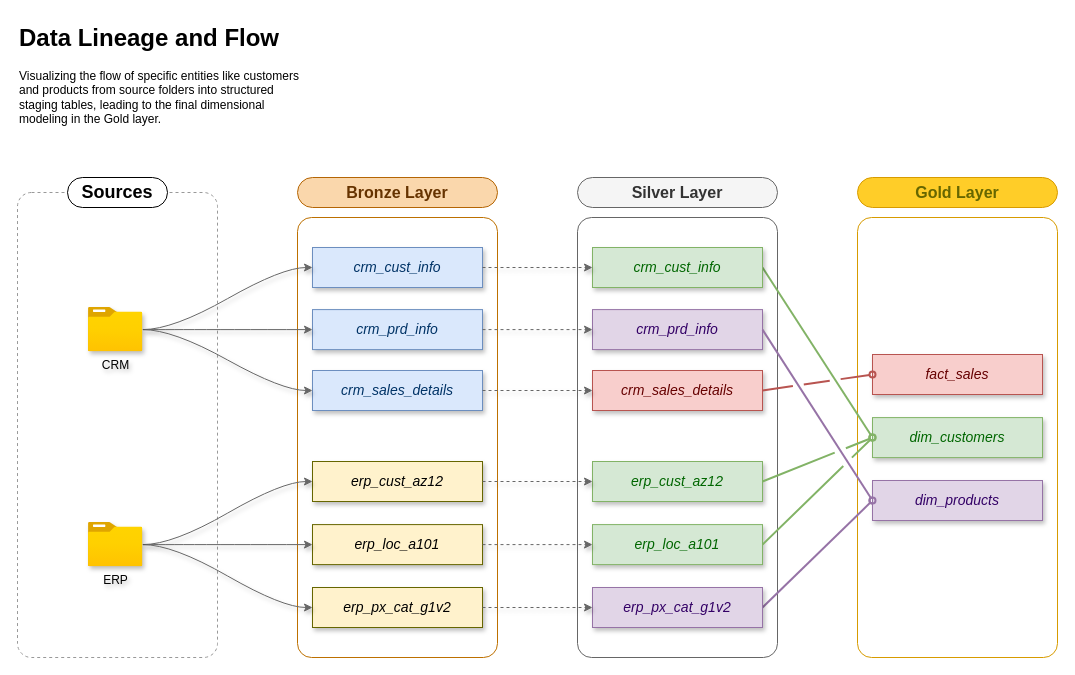
sohaib-atef/sql-data-warehouse-project keeps this draw.io diagram as page "Data Flow Diagram" (2 of 4) of docs/warehouse-architecture.drawio. Above is the earlier version. Source tidied: cells renumbered, new cells numbered last; positions are measured from the earlier drawing's top-left corner, leaving out a move shared by most shapes. Both pictures are drawn from the tidied source at 100%, with x=0, y=0 at pixel (17, 17).
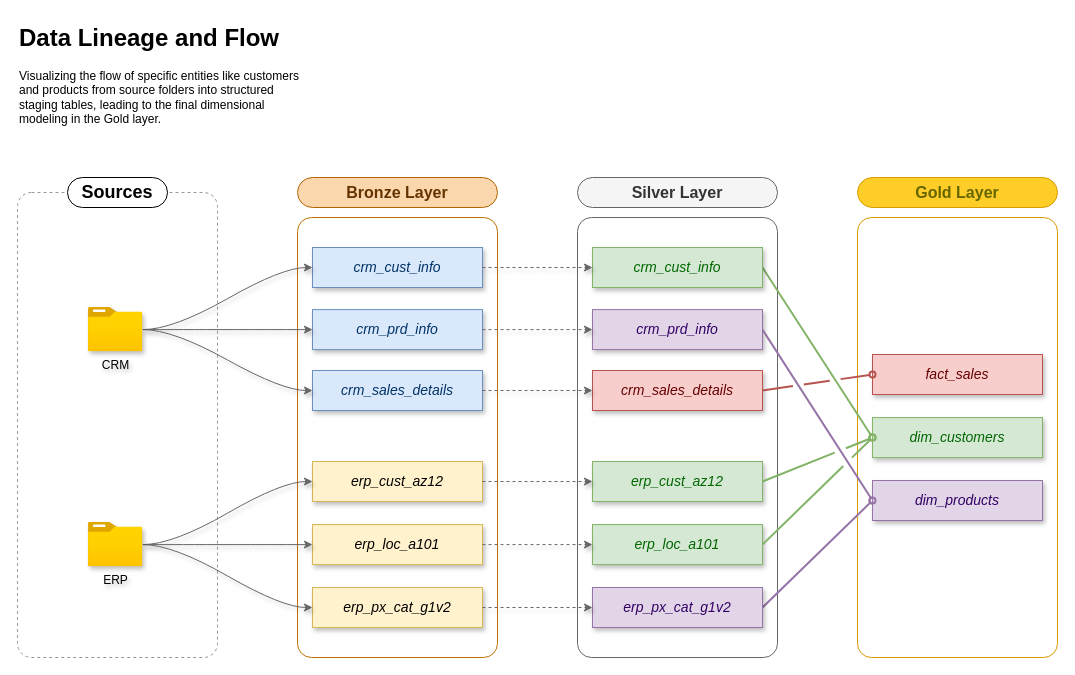
The same diagram, later.

Diff of the diagram source:
```diff
@@
-    <mxCell id="13" value="erp_cust_az12" style="rounded=0;whiteSpace=wrap;html=1;fillColor=#fff2cc;strokeColor=#666600;fontSize=14;fontStyle=2;textShadow=0;shadow=1;" parent="1" vertex="1">
+    <mxCell id="13" value="erp_cust_az12" style="rounded=0;whiteSpace=wrap;html=1;fillColor=#fff2cc;strokeColor=#d6b656;fontSize=14;fontStyle=2;textShadow=0;shadow=1;" parent="1" vertex="1">
       <mxGeometry x="295" y="444" width="170" height="40" as="geometry" />
     </mxCell>
-    <mxCell id="14" value="erp_loc_a101" style="rounded=0;whiteSpace=wrap;html=1;fillColor=#fff2cc;strokeColor=#666600;fontSize=14;fontStyle=2;textShadow=0;shadow=1;" parent="1" vertex="1">
+    <mxCell id="14" value="erp_loc_a101" style="rounded=0;whiteSpace=wrap;html=1;fillColor=#fff2cc;strokeColor=#d6b656;fontSize=14;fontStyle=2;textShadow=0;shadow=1;" parent="1" vertex="1">
       <mxGeometry x="295" y="507.1" width="170" height="40" as="geometry" />
     </mxCell>
-    <mxCell id="15" value="erp_px_cat_g1v2" style="rounded=0;whiteSpace=wrap;html=1;fillColor=#fff2cc;strokeColor=#666600;fontSize=14;fontStyle=2;textShadow=0;shadow=1;" parent="1" vertex="1">
+    <mxCell id="15" value="erp_px_cat_g1v2" style="rounded=0;whiteSpace=wrap;html=1;fillColor=#fff2cc;strokeColor=#d6b656;fontSize=14;fontStyle=2;textShadow=0;shadow=1;" parent="1" vertex="1">
       <mxGeometry x="295" y="570" width="170" height="40" as="geometry" />
     </mxCell>
```
